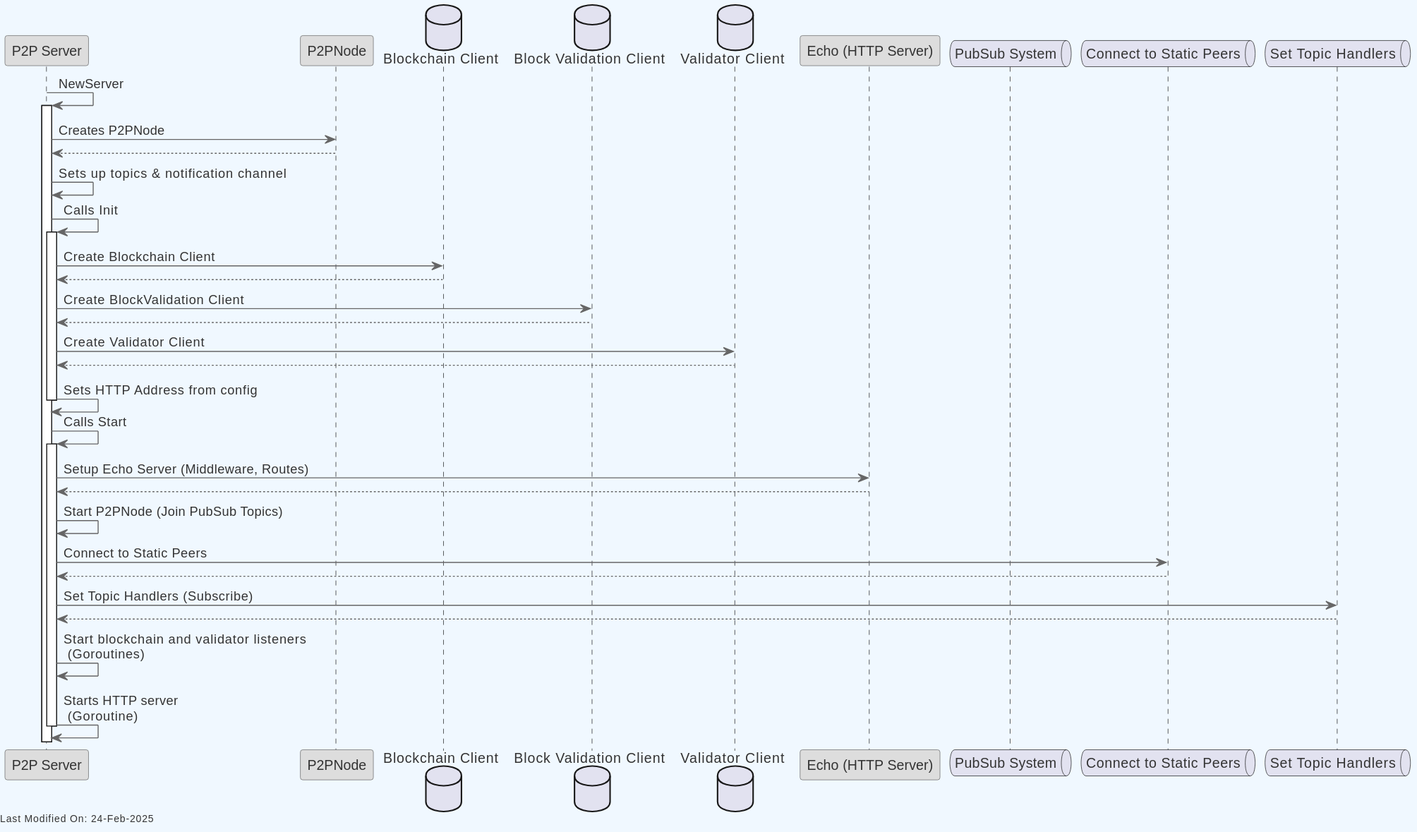
Above: docs/topics/services/img/plantuml/p2p/p2p_create_init_start.svg in freemans13/teranode (PlantUML), before the change. Its source is kept beside it as docs/topics/services/img/plantuml/p2p/p2p_create_init_start.puml.
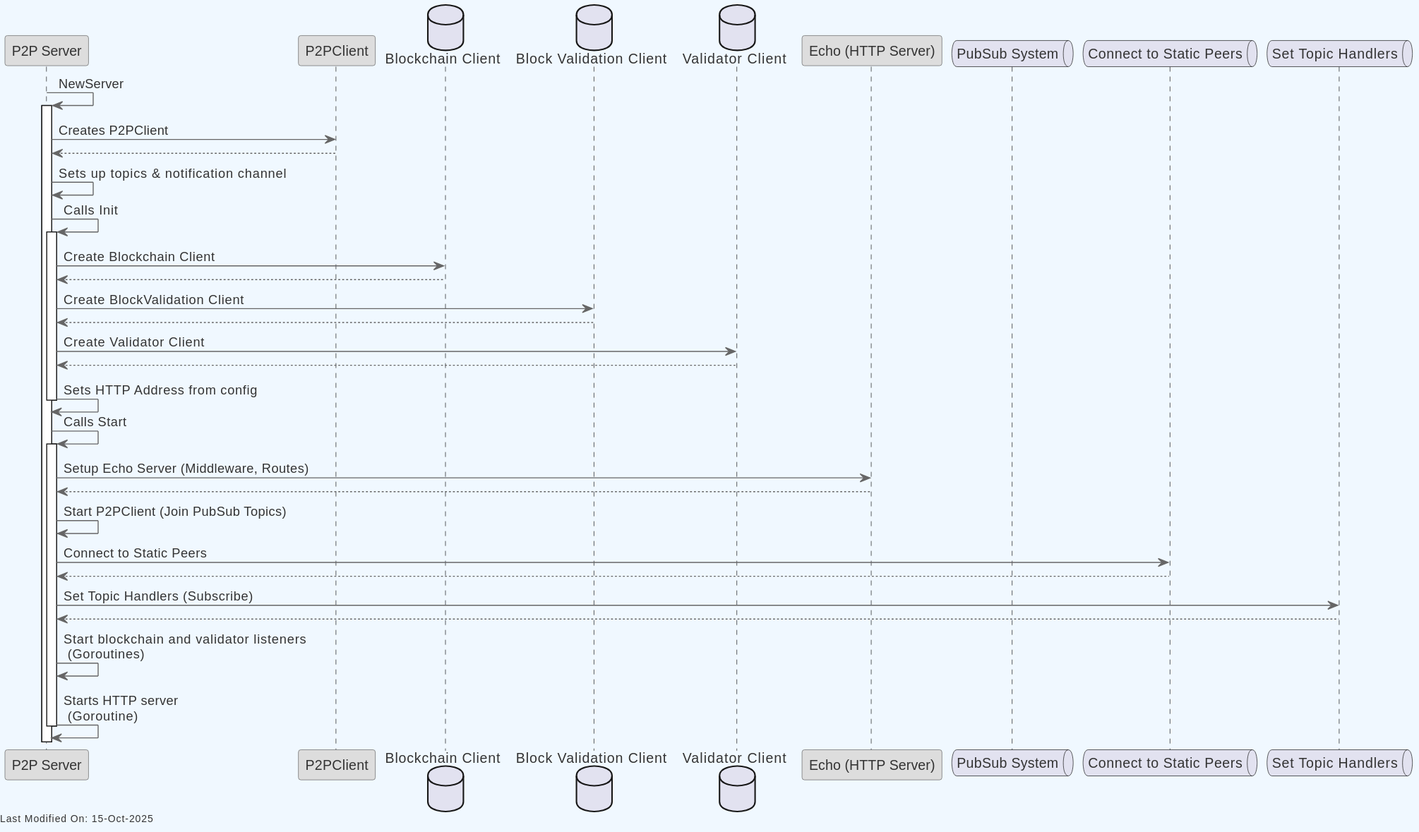
After the commit.

Commit message:
docs: Update P2P documentation to reflect P2PNode to P2PClient rename (#4258)

What changed in the source:
```diff
@@ -21,7 +21,7 @@
 
 
 participant "P2P Server" as P2PServer
-participant "P2PNode" as P2PNode
+participant "P2PClient" as P2PClient
 database "Blockchain Client" as BlockchainClient
 database "Block Validation Client" as BlockValidationClient
 database "Validator Client" as ValidatorClient
@@ -33,8 +33,8 @@
 P2PServer -> P2PServer: NewServer
 activate P2PServer
 
-P2PServer -> P2PNode: Creates P2PNode
-P2PNode --> P2PServer
+P2PServer -> P2PClient: Creates P2PClient
+P2PClient --> P2PServer
 
 
 P2PServer -> P2PServer: Sets up topics & notification channel
@@ -55,7 +55,7 @@
 activate P2PServer
 P2PServer -> HTTPServer: Setup Echo Server (Middleware, Routes)
 HTTPServer --> P2PServer
-P2PServer -> P2PServer: Start P2PNode (Join PubSub Topics)
+P2PServer -> P2PServer: Start P2PClient (Join PubSub Topics)
 P2PServer -> StaticPeers: Connect to Static Peers
 StaticPeers --> P2PServer
 P2PServer -> TopicHandlers: Set Topic Handlers (Subscribe)
```
